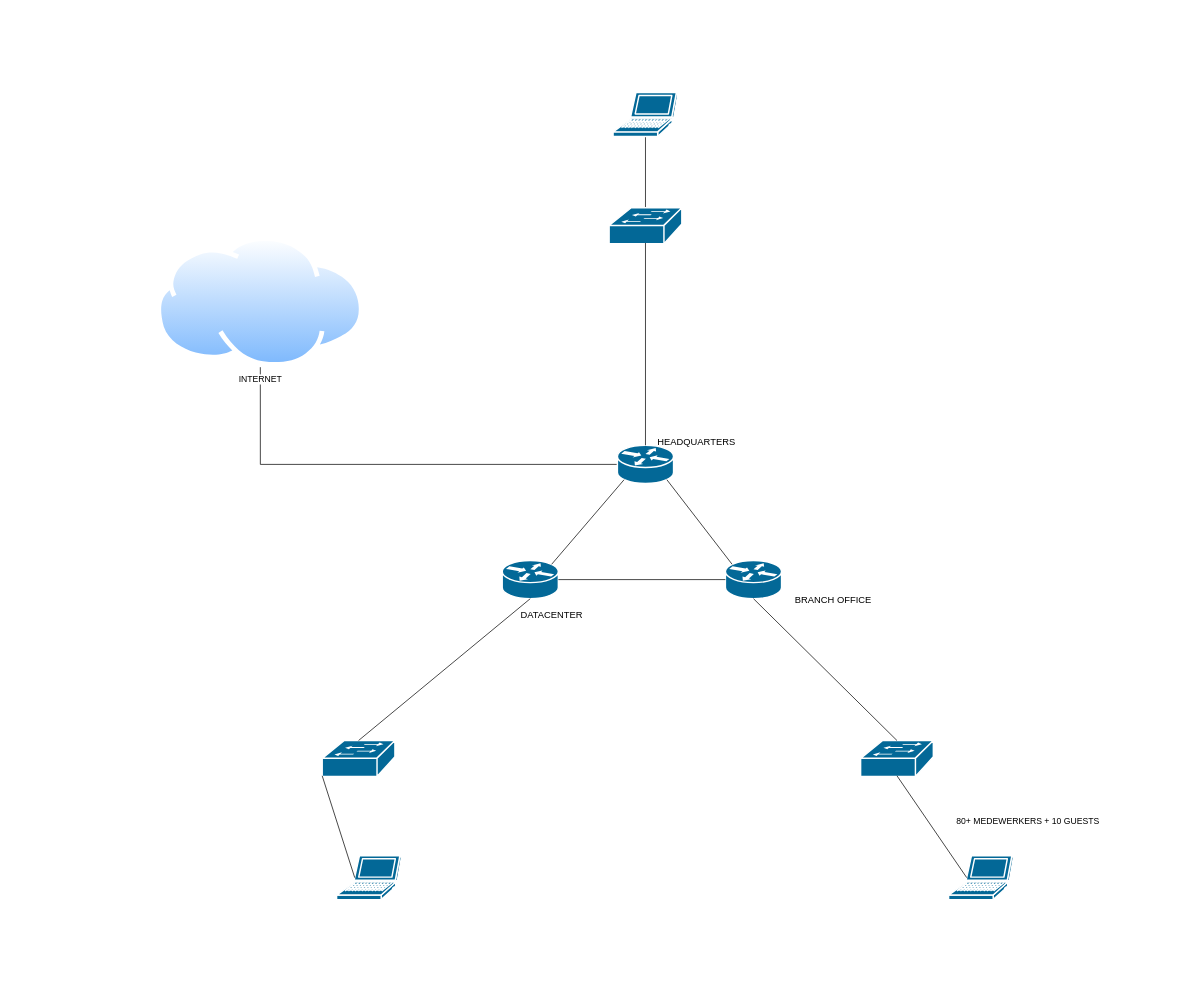
The draw.io diagram Diagram/RSW23-24.drawio in ArnoUCLL/RSW23-24, before the edit. Source tidied: cells renumbered, new cells numbered last; positions are measured from the earlier drawing's top-left corner, leaving out a move shared by most shapes. Both pictures are drawn from the tidied source at 72%, with x=0, y=0 at pixel (156, 92).
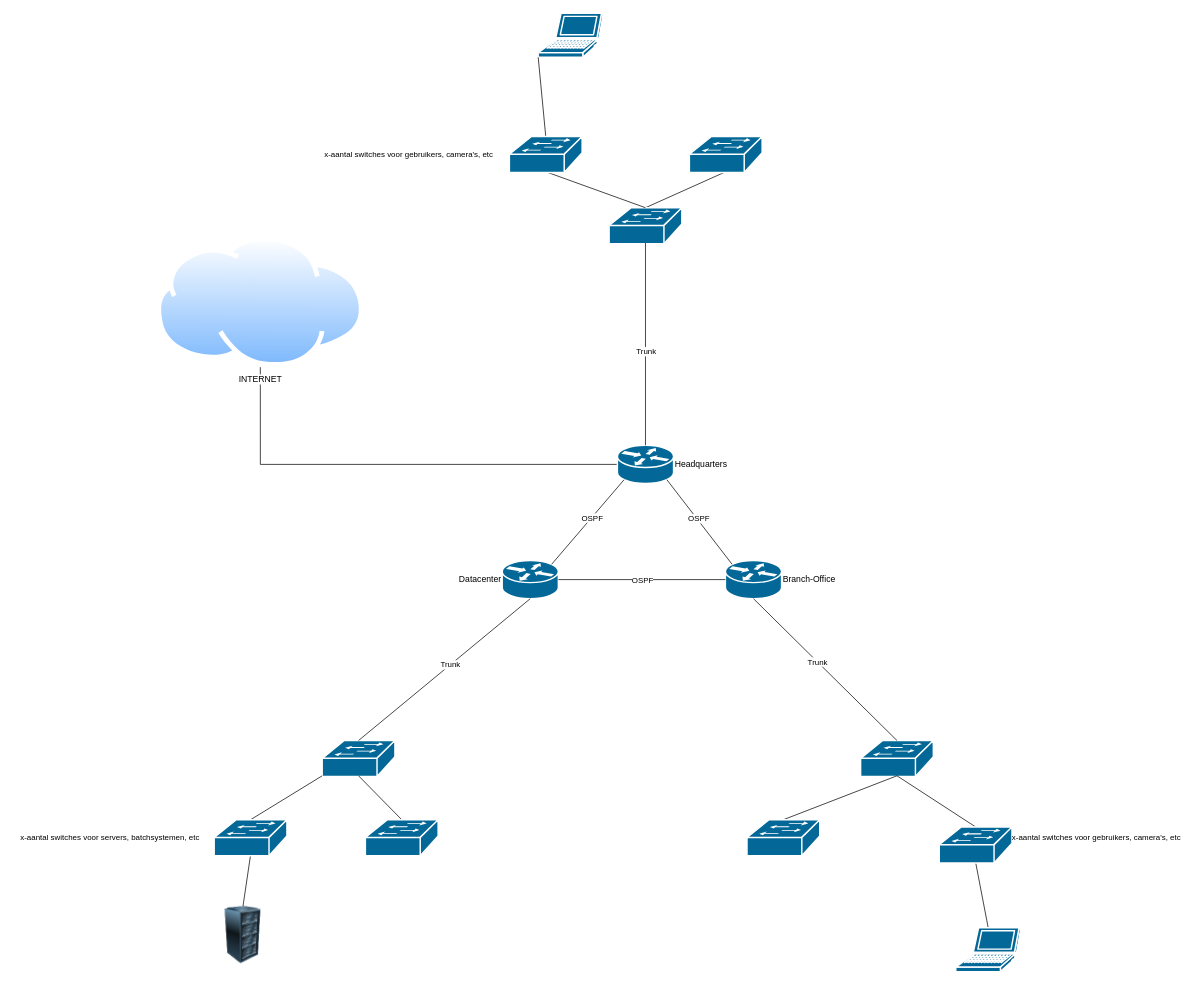
The same diagram, later.

Unchanged cells that the change refers to:
```xml
<mxCell id="7" style="edgeStyle=none;shape=connector;rounded=0;jettySize=auto;html=1;exitX=0.12;exitY=0.9;exitDx=0;exitDy=0;exitPerimeter=0;entryX=0.88;entryY=0.1;entryDx=0;entryDy=0;entryPerimeter=0;labelBackgroundColor=default;strokeColor=default;align=center;verticalAlign=middle;fontFamily=Helvetica;fontSize=11;fontColor=default;endArrow=none;endFill=0;" parent="1" edge="1" source="3" target="5">
  <mxGeometry relative="1" as="geometry" />
</mxCell>
<mxCell id="8" style="edgeStyle=none;shape=connector;rounded=0;jettySize=auto;html=1;exitX=1;exitY=0.5;exitDx=0;exitDy=0;exitPerimeter=0;entryX=0;entryY=0.5;entryDx=0;entryDy=0;entryPerimeter=0;labelBackgroundColor=default;strokeColor=default;align=center;verticalAlign=middle;fontFamily=Helvetica;fontSize=11;fontColor=default;endArrow=none;endFill=0;" parent="1" edge="1" source="5" target="4">
  <mxGeometry relative="1" as="geometry" />
</mxCell>
<mxCell id="9" style="edgeStyle=none;shape=connector;rounded=0;jettySize=auto;html=1;exitX=0.12;exitY=0.1;exitDx=0;exitDy=0;exitPerimeter=0;entryX=0.88;entryY=0.9;entryDx=0;entryDy=0;entryPerimeter=0;labelBackgroundColor=default;strokeColor=default;align=center;verticalAlign=middle;fontFamily=Helvetica;fontSize=11;fontColor=default;endArrow=none;endFill=0;" parent="1" edge="1" source="4" target="3">
  <mxGeometry relative="1" as="geometry" />
</mxCell>
<mxCell id="11" style="shape=mxgraph.cisco.switches.workgroup_switch;sketch=0;html=1;dashed=0;fillColor=#036897;strokeColor=#ffffff;strokeWidth=2;verticalLabelPosition=bottom;verticalAlign=top;align=center;outlineConnect=0;fontFamily=Helvetica;fontSize=11;fontColor=default;" parent="1" vertex="1">
  <mxGeometry x="628.5" y="160" width="101" height="50" as="geometry" />
</mxCell>
<mxCell id="12" style="edgeStyle=none;shape=connector;rounded=0;jettySize=auto;html=1;exitX=0.5;exitY=0;exitDx=0;exitDy=0;exitPerimeter=0;entryX=0.5;entryY=0.98;entryDx=0;entryDy=0;entryPerimeter=0;labelBackgroundColor=default;strokeColor=default;align=center;verticalAlign=middle;fontFamily=Helvetica;fontSize=11;fontColor=default;endArrow=none;endFill=0;" parent="1" edge="1" source="3" target="11">
  <mxGeometry relative="1" as="geometry" />
</mxCell>
<mxCell id="13" style="shape=mxgraph.cisco.switches.workgroup_switch;sketch=0;html=1;dashed=0;fillColor=#036897;strokeColor=#ffffff;strokeWidth=2;verticalLabelPosition=bottom;verticalAlign=top;align=center;outlineConnect=0;fontFamily=Helvetica;fontSize=11;fontColor=default;" parent="1" vertex="1">
  <mxGeometry x="230" y="900" width="101" height="50" as="geometry" />
</mxCell>
<mxCell id="14" style="shape=mxgraph.cisco.switches.workgroup_switch;sketch=0;html=1;dashed=0;fillColor=#036897;strokeColor=#ffffff;strokeWidth=2;verticalLabelPosition=bottom;verticalAlign=top;align=center;outlineConnect=0;fontFamily=Helvetica;fontSize=11;fontColor=default;" parent="1" vertex="1">
  <mxGeometry x="977.8" y="900" width="101" height="50" as="geometry" />
</mxCell>
<mxCell id="15" style="edgeStyle=none;shape=connector;rounded=0;jettySize=auto;html=1;exitX=0.5;exitY=1;exitDx=0;exitDy=0;exitPerimeter=0;entryX=0.5;entryY=0;entryDx=0;entryDy=0;entryPerimeter=0;labelBackgroundColor=default;strokeColor=default;align=center;verticalAlign=middle;fontFamily=Helvetica;fontSize=11;fontColor=default;endArrow=none;endFill=0;" parent="1" edge="1" source="5" target="13">
  <mxGeometry relative="1" as="geometry" />
</mxCell>
<mxCell id="16" style="edgeStyle=none;shape=connector;rounded=0;jettySize=auto;html=1;exitX=0.5;exitY=1;exitDx=0;exitDy=0;exitPerimeter=0;entryX=0.5;entryY=0;entryDx=0;entryDy=0;entryPerimeter=0;labelBackgroundColor=default;strokeColor=default;align=center;verticalAlign=middle;fontFamily=Helvetica;fontSize=11;fontColor=default;endArrow=none;endFill=0;" parent="1" edge="1" source="4" target="14">
  <mxGeometry relative="1" as="geometry" />
</mxCell>
```

The edit, as a diff of the source:
```diff
@@
-    <mxCell id="3" style="shape=mxgraph.cisco.routers.router;sketch=0;html=1;dashed=0;fillColor=#036897;strokeColor=#ffffff;strokeWidth=2;verticalLabelPosition=bottom;verticalAlign=top;align=center;outlineConnect=0;" parent="1" vertex="1">
+    <mxCell id="3" value="Headquarters" style="shape=mxgraph.cisco.routers.router;sketch=0;html=1;dashed=0;fillColor=#036897;strokeColor=#ffffff;strokeWidth=2;verticalLabelPosition=middle;verticalAlign=middle;align=left;outlineConnect=0;labelPosition=right;" parent="1" vertex="1">
       <mxGeometry x="640" y="490" width="78" height="53" as="geometry" />
     </mxCell>
-    <mxCell id="4" style="shape=mxgraph.cisco.routers.router;sketch=0;html=1;dashed=0;fillColor=#036897;strokeColor=#ffffff;strokeWidth=2;verticalLabelPosition=bottom;verticalAlign=top;align=center;outlineConnect=0;" parent="1" vertex="1">
+    <mxCell id="4" value="Branch-Office" style="shape=mxgraph.cisco.routers.router;sketch=0;html=1;dashed=0;fillColor=#036897;strokeColor=#ffffff;strokeWidth=2;verticalLabelPosition=middle;verticalAlign=middle;align=left;outlineConnect=0;labelPosition=right;" parent="1" vertex="1">
       <mxGeometry x="790" y="650" width="78" height="53" as="geometry" />
     </mxCell>
-    <mxCell id="5" style="shape=mxgraph.cisco.routers.router;sketch=0;html=1;dashed=0;fillColor=#036897;strokeColor=#ffffff;strokeWidth=2;verticalLabelPosition=bottom;verticalAlign=top;align=center;outlineConnect=0;" parent="1" vertex="1">
+    <mxCell id="5" value="Datacenter" style="shape=mxgraph.cisco.routers.router;sketch=0;html=1;dashed=0;fillColor=#036897;strokeColor=#ffffff;strokeWidth=2;verticalLabelPosition=middle;verticalAlign=middle;align=right;outlineConnect=0;labelPosition=left;" parent="1" vertex="1">
       <mxGeometry x="480" y="650" width="78" height="53" as="geometry" />
     </mxCell>
@@
+    <mxCell id="26" value="OSPF" style="edgeLabel;html=1;align=center;verticalAlign=middle;fontSize=11;fontFamily=Helvetica;fontColor=default;" parent="7" vertex="1">
+      <mxGeometry x="-0.18" y="1" relative="1" as="geometry">
+        <mxPoint x="-5" y="4" as="offset" />
+      </mxGeometry>
+    </mxCell>
@@
+    <mxCell id="27" value="OSPF" style="edgeLabel;html=1;align=center;verticalAlign=middle;fontSize=11;fontFamily=Helvetica;fontColor=default;" parent="8" vertex="1">
+      <mxGeometry x="0.14" y="-3" relative="1" as="geometry">
+        <mxPoint x="-16" y="-2" as="offset" />
+      </mxGeometry>
+    </mxCell>
@@
-    <mxCell id="10" style="edgeStyle=none;shape=connector;rounded=0;jettySize=auto;html=1;exitX=0.5;exitY=0;exitDx=0;exitDy=0;exitPerimeter=0;labelBackgroundColor=default;strokeColor=default;align=center;verticalAlign=middle;fontFamily=Helvetica;fontSize=11;fontColor=default;endArrow=none;endFill=0;" parent="1" edge="1" source="11" target="23">
-      <mxGeometry relative="1" as="geometry" />
-    </mxCell>
+    <mxCell id="28" value="OSPF" style="edgeLabel;html=1;align=center;verticalAlign=middle;fontSize=11;fontFamily=Helvetica;fontColor=default;" parent="9" vertex="1">
+      <mxGeometry x="0.15" y="-2" relative="1" as="geometry">
+        <mxPoint x="3" y="5" as="offset" />
+      </mxGeometry>
+    </mxCell>
+    <mxCell id="29" style="edgeStyle=none;shape=connector;rounded=0;jettySize=auto;html=1;exitX=0.5;exitY=0;exitDx=0;exitDy=0;exitPerimeter=0;entryX=0.5;entryY=0.98;entryDx=0;entryDy=0;entryPerimeter=0;labelBackgroundColor=default;strokeColor=default;fontFamily=Helvetica;fontSize=11;fontColor=default;endArrow=none;endFill=0;" parent="1" edge="1" source="11" target="46">
+      <mxGeometry relative="1" as="geometry" />
+    </mxCell>
@@
+    <mxCell id="30" value="Trunk" style="edgeLabel;html=1;align=center;verticalAlign=middle;fontSize=11;fontFamily=Helvetica;fontColor=default;" parent="12" vertex="1">
+      <mxGeometry x="-0.07" relative="1" as="geometry" />
+    </mxCell>
@@
+    <mxCell id="31" value="Trunk" style="edgeLabel;html=1;align=center;verticalAlign=middle;fontSize=11;fontFamily=Helvetica;fontColor=default;" parent="15" vertex="1">
+      <mxGeometry x="-0.07" relative="1" as="geometry" />
+    </mxCell>
@@
-    <mxCell id="17" value="&lt;font style=&quot;font-size: 13px;&quot;&gt;HEADQUARTERS&lt;/font&gt;" style="text;strokeColor=none;align=center;fillColor=none;html=1;verticalAlign=middle;whiteSpace=wrap;rounded=0;fontSize=11;fontFamily=Helvetica;fontColor=default;" parent="1" vertex="1">
-      <mxGeometry x="620" y="470" width="260" height="30" as="geometry" />
-    </mxCell>
-    <mxCell id="18" value="&lt;font style=&quot;font-size: 13px;&quot;&gt;BRANCH OFFICE&lt;/font&gt;" style="text;strokeColor=none;align=center;fillColor=none;html=1;verticalAlign=middle;whiteSpace=wrap;rounded=0;fontSize=11;fontFamily=Helvetica;fontColor=default;" parent="1" vertex="1">
-      <mxGeometry x="750" y="690" width="380" height="30" as="geometry" />
-    </mxCell>
-    <mxCell id="19" value="&lt;font style=&quot;font-size: 13px;&quot;&gt;DATACENTER&lt;/font&gt;" style="text;strokeColor=none;align=center;fillColor=none;html=1;verticalAlign=middle;whiteSpace=wrap;rounded=0;fontSize=11;fontFamily=Helvetica;fontColor=default;" parent="1" vertex="1">
-      <mxGeometry x="519.2" y="710" width="60" height="30" as="geometry" />
-    </mxCell>
+    <mxCell id="32" value="Trunk" style="edgeLabel;html=1;align=center;verticalAlign=middle;fontSize=11;fontFamily=Helvetica;fontColor=default;" parent="16" vertex="1">
+      <mxGeometry x="-0.11" relative="1" as="geometry" />
+    </mxCell>
+    <mxCell id="33" style="edgeStyle=none;shape=connector;rounded=0;jettySize=auto;html=1;exitX=0.5;exitY=0;exitDx=0;exitDy=0;exitPerimeter=0;entryX=0.5;entryY=0.98;entryDx=0;entryDy=0;entryPerimeter=0;labelBackgroundColor=default;strokeColor=default;fontFamily=Helvetica;fontSize=11;fontColor=default;endArrow=none;endFill=0;" parent="1" edge="1" source="20" target="42">
+      <mxGeometry relative="1" as="geometry" />
+    </mxCell>
     <mxCell id="20" style="shape=mxgraph.cisco.computers_and_peripherals.laptop;sketch=0;html=1;dashed=0;fillColor=#036897;strokeColor=#ffffff;strokeWidth=2;verticalLabelPosition=bottom;verticalAlign=top;align=center;outlineConnect=0;fontFamily=Helvetica;fontSize=11;fontColor=default;" parent="1" vertex="1">
-      <mxGeometry x="1100" y="1060" width="90" height="61" as="geometry" />
+      <mxGeometry x="1110" y="1160" width="90" height="61" as="geometry" />
     </mxCell>
-    <mxCell id="21" style="edgeStyle=none;shape=connector;rounded=0;jettySize=auto;html=1;exitX=0.5;exitY=0.98;exitDx=0;exitDy=0;exitPerimeter=0;entryX=0.28;entryY=0.5;entryDx=0;entryDy=0;entryPerimeter=0;labelBackgroundColor=default;strokeColor=default;align=center;verticalAlign=middle;fontFamily=Helvetica;fontSize=11;fontColor=default;endArrow=none;endFill=0;" parent="1" edge="1" source="14" target="20">
-      <mxGeometry relative="1" as="geometry" />
-    </mxCell>
-    <mxCell id="22" value="&lt;font style=&quot;font-size: 12px;&quot;&gt;80+ MEDEWERKERS + 10 GUESTS&lt;/font&gt;" style="text;html=1;align=center;verticalAlign=middle;strokeColor=none;fillColor=none;fontSize=11;fontFamily=Helvetica;fontColor=default;" parent="1" vertex="1">
-      <mxGeometry x="1100" y="998" width="220" height="30" as="geometry" />
-    </mxCell>
     <mxCell id="23" style="shape=mxgraph.cisco.computers_and_peripherals.laptop;sketch=0;html=1;dashed=0;fillColor=#036897;strokeColor=#ffffff;strokeWidth=2;verticalLabelPosition=bottom;verticalAlign=top;align=center;outlineConnect=0;fontFamily=Helvetica;fontSize=11;fontColor=default;" parent="1" vertex="1">
-      <mxGeometry x="634" width="90" height="61" as="geometry" />
+      <mxGeometry x="530" y="-110" width="90" height="61" as="geometry" />
     </mxCell>
-    <mxCell id="24" style="shape=mxgraph.cisco.computers_and_peripherals.laptop;sketch=0;html=1;dashed=0;fillColor=#036897;strokeColor=#ffffff;strokeWidth=2;verticalLabelPosition=bottom;verticalAlign=top;align=center;outlineConnect=0;fontFamily=Helvetica;fontSize=11;fontColor=default;" parent="1" vertex="1">
-      <mxGeometry x="250" y="1060" width="90" height="61" as="geometry" />
-    </mxCell>
-    <mxCell id="25" style="edgeStyle=none;shape=connector;rounded=0;jettySize=auto;html=1;exitX=0;exitY=0.98;exitDx=0;exitDy=0;exitPerimeter=0;entryX=0.28;entryY=0.5;entryDx=0;entryDy=0;entryPerimeter=0;labelBackgroundColor=default;strokeColor=default;align=center;verticalAlign=middle;fontFamily=Helvetica;fontSize=11;fontColor=default;endArrow=none;endFill=0;" parent="1" edge="1" source="13" target="24">
-      <mxGeometry relative="1" as="geometry" />
-    </mxCell>
+    <mxCell id="34" style="edgeStyle=none;shape=connector;rounded=0;jettySize=auto;html=1;exitX=0.5;exitY=0;exitDx=0;exitDy=0;exitPerimeter=0;entryX=0.5;entryY=0.98;entryDx=0;entryDy=0;entryPerimeter=0;labelBackgroundColor=default;strokeColor=default;fontFamily=Helvetica;fontSize=11;fontColor=default;endArrow=none;endFill=0;" parent="1" edge="1" source="35" target="13">
+      <mxGeometry relative="1" as="geometry" />
+    </mxCell>
+    <mxCell id="35" style="shape=mxgraph.cisco.switches.workgroup_switch;sketch=0;html=1;dashed=0;fillColor=#036897;strokeColor=#ffffff;strokeWidth=2;verticalLabelPosition=bottom;verticalAlign=top;align=center;outlineConnect=0;fontFamily=Helvetica;fontSize=11;fontColor=default;" parent="1" vertex="1">
+      <mxGeometry x="290" y="1010" width="101" height="50" as="geometry" />
+    </mxCell>
+    <mxCell id="36" style="rounded=0;jettySize=auto;html=1;exitX=0.5;exitY=0;exitDx=0;exitDy=0;exitPerimeter=0;entryX=0;entryY=0.98;entryDx=0;entryDy=0;entryPerimeter=0;endArrow=none;endFill=0;" parent="1" edge="1" source="38" target="13">
+      <mxGeometry relative="1" as="geometry" />
+    </mxCell>
+    <mxCell id="37" style="edgeStyle=none;shape=connector;rounded=0;jettySize=auto;html=1;exitX=0.5;exitY=0.98;exitDx=0;exitDy=0;exitPerimeter=0;entryX=0.5;entryY=0;entryDx=0;entryDy=0;labelBackgroundColor=default;strokeColor=default;fontFamily=Helvetica;fontSize=11;fontColor=default;endArrow=none;endFill=0;" parent="1" edge="1" source="38" target="47">
+      <mxGeometry relative="1" as="geometry" />
+    </mxCell>
+    <mxCell id="38" style="shape=mxgraph.cisco.switches.workgroup_switch;sketch=0;html=1;dashed=0;fillColor=#036897;strokeColor=#ffffff;strokeWidth=2;verticalLabelPosition=bottom;verticalAlign=top;align=center;outlineConnect=0;fontFamily=Helvetica;fontSize=11;fontColor=default;" parent="1" vertex="1">
+      <mxGeometry x="80" y="1010" width="101" height="50" as="geometry" />
+    </mxCell>
+    <mxCell id="39" style="edgeStyle=none;shape=connector;rounded=0;jettySize=auto;html=1;exitX=0.5;exitY=0;exitDx=0;exitDy=0;exitPerimeter=0;entryX=0.5;entryY=0.98;entryDx=0;entryDy=0;entryPerimeter=0;labelBackgroundColor=default;strokeColor=default;fontFamily=Helvetica;fontSize=11;fontColor=default;endArrow=none;endFill=0;" parent="1" edge="1" source="40" target="14">
+      <mxGeometry relative="1" as="geometry" />
+    </mxCell>
+    <mxCell id="40" style="shape=mxgraph.cisco.switches.workgroup_switch;sketch=0;html=1;dashed=0;fillColor=#036897;strokeColor=#ffffff;strokeWidth=2;verticalLabelPosition=bottom;verticalAlign=top;align=center;outlineConnect=0;fontFamily=Helvetica;fontSize=11;fontColor=default;" parent="1" vertex="1">
+      <mxGeometry x="820" y="1010" width="101" height="50" as="geometry" />
+    </mxCell>
+    <mxCell id="41" style="edgeStyle=none;shape=connector;rounded=0;jettySize=auto;html=1;exitX=0.5;exitY=0;exitDx=0;exitDy=0;exitPerimeter=0;entryX=0.5;entryY=0.98;entryDx=0;entryDy=0;entryPerimeter=0;labelBackgroundColor=default;strokeColor=default;fontFamily=Helvetica;fontSize=11;fontColor=default;endArrow=none;endFill=0;" parent="1" edge="1" source="42" target="14">
+      <mxGeometry relative="1" as="geometry" />
+    </mxCell>
+    <mxCell id="42" style="shape=mxgraph.cisco.switches.workgroup_switch;sketch=0;html=1;dashed=0;fillColor=#036897;strokeColor=#ffffff;strokeWidth=2;verticalLabelPosition=bottom;verticalAlign=top;align=center;outlineConnect=0;fontFamily=Helvetica;fontSize=11;fontColor=default;" parent="1" vertex="1">
+      <mxGeometry x="1087" y="1020" width="101" height="50" as="geometry" />
+    </mxCell>
+    <mxCell id="43" style="edgeStyle=none;shape=connector;rounded=0;jettySize=auto;html=1;exitX=0.5;exitY=0;exitDx=0;exitDy=0;exitPerimeter=0;entryX=0;entryY=1;entryDx=0;entryDy=0;entryPerimeter=0;labelBackgroundColor=default;strokeColor=default;fontFamily=Helvetica;fontSize=11;fontColor=default;endArrow=none;endFill=0;" parent="1" edge="1" source="45" target="23">
+      <mxGeometry relative="1" as="geometry" />
+    </mxCell>
+    <mxCell id="44" style="edgeStyle=none;shape=connector;rounded=0;jettySize=auto;html=1;exitX=0.5;exitY=0.98;exitDx=0;exitDy=0;exitPerimeter=0;entryX=0.5;entryY=0;entryDx=0;entryDy=0;entryPerimeter=0;labelBackgroundColor=default;strokeColor=default;fontFamily=Helvetica;fontSize=11;fontColor=default;endArrow=none;endFill=0;" parent="1" edge="1" source="45" target="11">
+      <mxGeometry relative="1" as="geometry" />
+    </mxCell>
+    <mxCell id="45" style="shape=mxgraph.cisco.switches.workgroup_switch;sketch=0;html=1;dashed=0;fillColor=#036897;strokeColor=#ffffff;strokeWidth=2;verticalLabelPosition=bottom;verticalAlign=top;align=center;outlineConnect=0;fontFamily=Helvetica;fontSize=11;fontColor=default;" parent="1" vertex="1">
+      <mxGeometry x="490" y="61" width="101" height="50" as="geometry" />
+    </mxCell>
+    <mxCell id="46" style="shape=mxgraph.cisco.switches.workgroup_switch;sketch=0;html=1;dashed=0;fillColor=#036897;strokeColor=#ffffff;strokeWidth=2;verticalLabelPosition=bottom;verticalAlign=top;align=center;outlineConnect=0;fontFamily=Helvetica;fontSize=11;fontColor=default;" parent="1" vertex="1">
+      <mxGeometry x="740" y="61" width="101" height="50" as="geometry" />
+    </mxCell>
+    <mxCell id="47" style="image;html=1;image=img/lib/clip_art/computers/Server_Rack_128x128.png;fontFamily=Helvetica;fontSize=11;fontColor=default;" parent="1" vertex="1">
+      <mxGeometry x="80" y="1130" width="80" height="80" as="geometry" />
+    </mxCell>
+    <mxCell id="48" value="x-aantal switches voor servers, batchsystemen, etc" style="text;html=1;align=center;verticalAlign=middle;strokeColor=none;fillColor=none;fontSize=11;fontFamily=Helvetica;fontColor=default;" parent="1" vertex="1">
+      <mxGeometry x="-200" y="1020" width="270" height="30" as="geometry" />
+    </mxCell>
+    <mxCell id="49" value="x-aantal switches voor gebruikers, camera's, etc" style="text;html=1;align=center;verticalAlign=middle;strokeColor=none;fillColor=none;fontSize=11;fontFamily=Helvetica;fontColor=default;" parent="1" vertex="1">
+      <mxGeometry x="1175" y="1020" width="260" height="30" as="geometry" />
+    </mxCell>
+    <mxCell id="50" value="x-aantal switches voor gebruikers, camera's, etc" style="text;html=1;align=center;verticalAlign=middle;strokeColor=none;fillColor=none;fontSize=11;fontFamily=Helvetica;fontColor=default;" parent="1" vertex="1">
+      <mxGeometry x="220" y="71" width="260" height="30" as="geometry" />
+    </mxCell>
```
